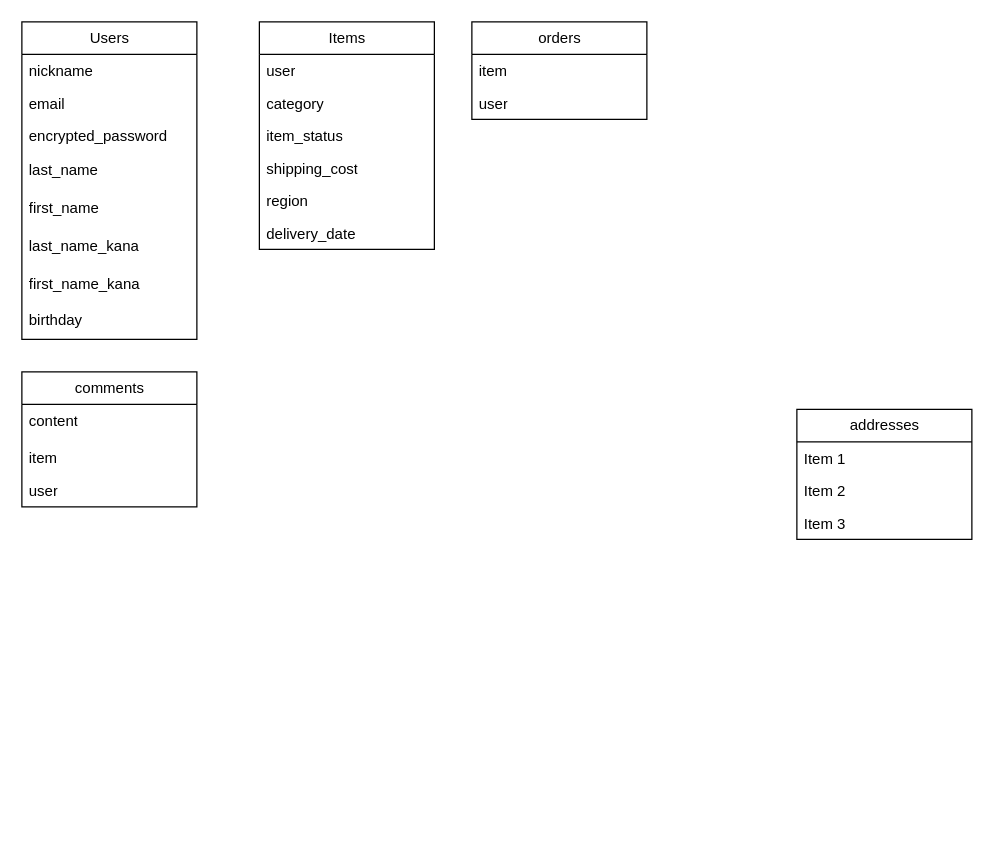
The draw.io diagram furima.dio in Zipangri2683/furima-38855, before the edit. Source tidied: cells renumbered, new cells numbered last; positions are measured from the earlier drawing's top-left corner, leaving out a move shared by most shapes. Both pictures are drawn from the tidied source at 125%, with x=0, y=0 at pixel (21, 21).
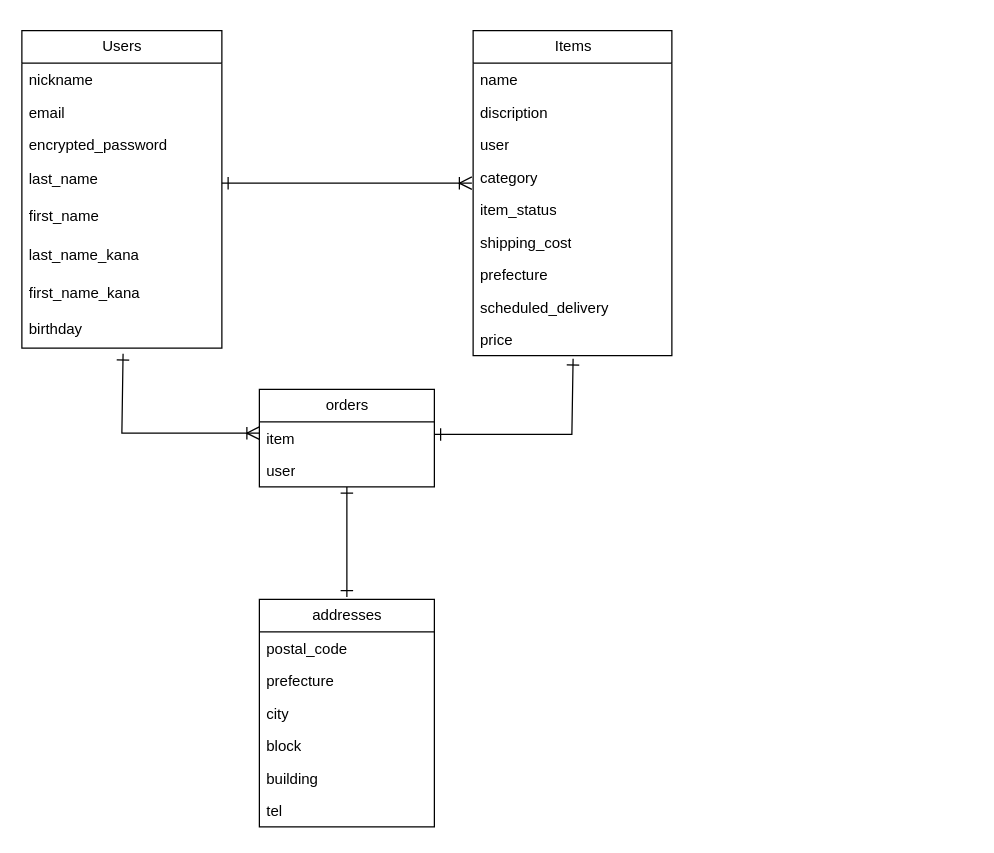
After the change.

Commit message (it also covers changes not shown here):
データベース設計

Diff of the diagram source:
```diff
@@
-    <mxCell id="2" value="Users" style="swimlane;fontStyle=0;horizontal=1;startSize=26;fillColor=none;html=1;" parent="1" vertex="1">
-      <mxGeometry width="140" height="254" as="geometry" />
+    <mxCell id="2" value="Users" style="swimlane;fontStyle=0;horizontal=1;startSize=26;fillColor=none;html=1;rounded=0;" parent="1" vertex="1">
+      <mxGeometry y="7" width="160" height="254" as="geometry" />
     </mxCell>
-    <mxCell id="3" value="nickname&lt;br&gt;&lt;br&gt;" style="text;strokeColor=none;fillColor=none;align=left;verticalAlign=top;spacingLeft=4;spacingRight=4;overflow=hidden;whiteSpace=wrap;html=1;" parent="2" vertex="1">
-      <mxGeometry y="26" width="140" height="26" as="geometry" />
+    <mxCell id="3" value="nickname&lt;br&gt;&lt;br&gt;" style="text;strokeColor=none;fillColor=none;align=left;verticalAlign=top;spacingLeft=4;spacingRight=4;overflow=hidden;whiteSpace=wrap;html=1;rounded=0;" parent="2" vertex="1">
+      <mxGeometry y="26" width="160" height="26" as="geometry" />
     </mxCell>
-    <mxCell id="4" value="email" style="text;strokeColor=none;fillColor=none;align=left;verticalAlign=top;spacingLeft=4;spacingRight=4;overflow=hidden;whiteSpace=wrap;html=1;" parent="2" vertex="1">
-      <mxGeometry y="52" width="140" height="26" as="geometry" />
+    <mxCell id="4" value="email" style="text;strokeColor=none;fillColor=none;align=left;verticalAlign=top;spacingLeft=4;spacingRight=4;overflow=hidden;whiteSpace=wrap;html=1;rounded=0;" parent="2" vertex="1">
+      <mxGeometry y="52" width="160" height="26" as="geometry" />
     </mxCell>
-    <mxCell id="5" value="encrypted_password" style="text;strokeColor=none;fillColor=none;align=left;verticalAlign=top;spacingLeft=4;spacingRight=4;overflow=hidden;whiteSpace=wrap;html=1;" parent="2" vertex="1">
-      <mxGeometry y="78" width="140" height="26" as="geometry" />
+    <mxCell id="5" value="encrypted_password" style="text;strokeColor=none;fillColor=none;align=left;verticalAlign=top;spacingLeft=4;spacingRight=4;overflow=hidden;whiteSpace=wrap;html=1;rounded=0;" parent="2" vertex="1">
+      <mxGeometry y="78" width="160" height="26" as="geometry" />
     </mxCell>
-    <mxCell id="6" value="last_name" style="text;strokeColor=none;fillColor=none;align=left;verticalAlign=middle;spacingLeft=4;spacingRight=4;overflow=hidden;whiteSpace=wrap;html=1;" parent="2" vertex="1">
-      <mxGeometry y="104" width="140" height="30" as="geometry" />
+    <mxCell id="6" value="last_name" style="text;strokeColor=none;fillColor=none;align=left;verticalAlign=middle;spacingLeft=4;spacingRight=4;overflow=hidden;whiteSpace=wrap;html=1;rounded=0;" parent="2" vertex="1">
+      <mxGeometry y="104" width="160" height="30" as="geometry" />
     </mxCell>
-    <mxCell id="7" value="first_name" style="text;strokeColor=none;fillColor=none;align=left;verticalAlign=middle;spacingLeft=4;spacingRight=4;overflow=hidden;whiteSpace=wrap;html=1;" parent="2" vertex="1">
-      <mxGeometry y="134" width="140" height="30" as="geometry" />
+    <mxCell id="7" value="first_name" style="text;strokeColor=none;fillColor=none;align=left;verticalAlign=middle;spacingLeft=4;spacingRight=4;overflow=hidden;whiteSpace=wrap;html=1;rounded=0;" parent="2" vertex="1">
+      <mxGeometry y="134" width="160" height="30" as="geometry" />
     </mxCell>
-    <mxCell id="8" value="&lt;font face=&quot;Helvetica&quot;&gt;&lt;span style=&quot;font-size: 12px;&quot;&gt;last_name_kana&lt;/span&gt;&lt;/font&gt;" style="text;strokeColor=none;fillColor=none;align=left;verticalAlign=middle;spacingLeft=4;spacingRight=4;overflow=hidden;whiteSpace=wrap;html=1;fontSize=16;sketch=1;hachureGap=4;jiggle=2;curveFitting=1;fontFamily=Architects Daughter;" parent="2" vertex="1">
-      <mxGeometry y="164" width="140" height="30" as="geometry" />
+    <mxCell id="8" value="&lt;font face=&quot;Helvetica&quot;&gt;&lt;span style=&quot;font-size: 12px;&quot;&gt;last_name_kana&lt;/span&gt;&lt;/font&gt;" style="text;strokeColor=none;fillColor=none;align=left;verticalAlign=middle;spacingLeft=4;spacingRight=4;overflow=hidden;whiteSpace=wrap;html=1;fontSize=16;hachureGap=4;fontFamily=Architects Daughter;rounded=0;" parent="2" vertex="1">
+      <mxGeometry y="164" width="160" height="30" as="geometry" />
     </mxCell>
-    <mxCell id="9" value="&lt;font face=&quot;Helvetica&quot; style=&quot;font-size: 12px;&quot;&gt;first_name_kana&lt;/font&gt;" style="text;strokeColor=none;fillColor=none;align=left;verticalAlign=middle;spacingLeft=4;spacingRight=4;overflow=hidden;whiteSpace=wrap;html=1;fontSize=16;sketch=1;hachureGap=4;jiggle=2;curveFitting=1;fontFamily=Architects Daughter;" parent="2" vertex="1">
-      <mxGeometry y="194" width="140" height="30" as="geometry" />
+    <mxCell id="9" value="&lt;font face=&quot;Helvetica&quot; style=&quot;font-size: 12px;&quot;&gt;first_name_kana&lt;/font&gt;" style="text;strokeColor=none;fillColor=none;align=left;verticalAlign=middle;spacingLeft=4;spacingRight=4;overflow=hidden;whiteSpace=wrap;html=1;fontSize=16;hachureGap=4;fontFamily=Architects Daughter;rounded=0;" parent="2" vertex="1">
+      <mxGeometry y="194" width="160" height="30" as="geometry" />
     </mxCell>
-    <mxCell id="10" value="birthday" style="text;strokeColor=none;fillColor=none;align=left;verticalAlign=middle;spacingLeft=4;spacingRight=4;overflow=hidden;points=[[0,0.5],[1,0.5]];portConstraint=eastwest;whiteSpace=wrap;html=1;" parent="2" vertex="1">
-      <mxGeometry y="224" width="140" height="30" as="geometry" />
+    <mxCell id="10" value="birthday" style="text;strokeColor=none;fillColor=none;align=left;verticalAlign=middle;spacingLeft=4;spacingRight=4;overflow=hidden;points=[[0,0.5],[1,0.5]];portConstraint=eastwest;whiteSpace=wrap;html=1;rounded=0;" parent="2" vertex="1">
+      <mxGeometry y="224" width="160" height="30" as="geometry" />
     </mxCell>
-    <mxCell id="11" value="Items" style="swimlane;fontStyle=0;horizontal=1;startSize=26;fillColor=none;html=1;" parent="1" vertex="1">
-      <mxGeometry x="190" width="140" height="182" as="geometry" />
+    <mxCell id="11" value="Items" style="swimlane;fontStyle=0;horizontal=1;startSize=26;fillColor=none;html=1;rounded=0;" parent="1" vertex="1">
+      <mxGeometry x="361" y="7" width="159" height="260" as="geometry" />
     </mxCell>
+    <mxCell id="29" value="name&lt;br&gt;" style="text;strokeColor=none;fillColor=none;align=left;verticalAlign=top;spacingLeft=4;spacingRight=4;overflow=hidden;whiteSpace=wrap;html=1;rounded=0;" parent="11" vertex="1">
+      <mxGeometry y="26" width="159" height="26" as="geometry" />
+    </mxCell>
+    <mxCell id="30" value="discription" style="text;strokeColor=none;fillColor=none;align=left;verticalAlign=top;spacingLeft=4;spacingRight=4;overflow=hidden;whiteSpace=wrap;html=1;rounded=0;" parent="11" vertex="1">
+      <mxGeometry y="52" width="159" height="26" as="geometry" />
+    </mxCell>
-    <mxCell id="12" value="user&lt;br&gt;&lt;br&gt;" style="text;strokeColor=none;fillColor=none;align=left;verticalAlign=top;spacingLeft=4;spacingRight=4;overflow=hidden;whiteSpace=wrap;html=1;" parent="11" vertex="1">
-      <mxGeometry y="26" width="140" height="26" as="geometry" />
+    <mxCell id="12" value="user&lt;br&gt;&lt;br&gt;" style="text;strokeColor=none;fillColor=none;align=left;verticalAlign=top;spacingLeft=4;spacingRight=4;overflow=hidden;whiteSpace=wrap;html=1;rounded=0;" parent="11" vertex="1">
+      <mxGeometry y="78" width="159" height="26" as="geometry" />
     </mxCell>
-    <mxCell id="13" value="category" style="text;strokeColor=none;fillColor=none;align=left;verticalAlign=top;spacingLeft=4;spacingRight=4;overflow=hidden;whiteSpace=wrap;html=1;" parent="11" vertex="1">
-      <mxGeometry y="52" width="140" height="26" as="geometry" />
+    <mxCell id="13" value="category" style="text;strokeColor=none;fillColor=none;align=left;verticalAlign=top;spacingLeft=4;spacingRight=4;overflow=hidden;whiteSpace=wrap;html=1;rounded=0;" parent="11" vertex="1">
+      <mxGeometry y="104" width="159" height="26" as="geometry" />
     </mxCell>
-    <mxCell id="14" value="item_status" style="text;strokeColor=none;fillColor=none;align=left;verticalAlign=top;spacingLeft=4;spacingRight=4;overflow=hidden;whiteSpace=wrap;html=1;" parent="11" vertex="1">
-      <mxGeometry y="78" width="140" height="26" as="geometry" />
+    <mxCell id="14" value="item_status" style="text;strokeColor=none;fillColor=none;align=left;verticalAlign=top;spacingLeft=4;spacingRight=4;overflow=hidden;whiteSpace=wrap;html=1;rounded=0;" parent="11" vertex="1">
+      <mxGeometry y="130" width="159" height="26" as="geometry" />
     </mxCell>
-    <mxCell id="15" value="shipping_cost" style="text;strokeColor=none;fillColor=none;align=left;verticalAlign=top;spacingLeft=4;spacingRight=4;overflow=hidden;whiteSpace=wrap;html=1;" parent="11" vertex="1">
-      <mxGeometry y="104" width="140" height="26" as="geometry" />
+    <mxCell id="15" value="shipping_cost" style="text;strokeColor=none;fillColor=none;align=left;verticalAlign=top;spacingLeft=4;spacingRight=4;overflow=hidden;whiteSpace=wrap;html=1;rounded=0;" parent="11" vertex="1">
+      <mxGeometry y="156" width="159" height="26" as="geometry" />
     </mxCell>
-    <mxCell id="16" value="region" style="text;strokeColor=none;fillColor=none;align=left;verticalAlign=top;spacingLeft=4;spacingRight=4;overflow=hidden;whiteSpace=wrap;html=1;" parent="11" vertex="1">
-      <mxGeometry y="130" width="140" height="26" as="geometry" />
+    <mxCell id="16" value="prefecture" style="text;strokeColor=none;fillColor=none;align=left;verticalAlign=top;spacingLeft=4;spacingRight=4;overflow=hidden;whiteSpace=wrap;html=1;rounded=0;" parent="11" vertex="1">
+      <mxGeometry y="182" width="159" height="26" as="geometry" />
     </mxCell>
-    <mxCell id="17" value="delivery_date" style="text;strokeColor=none;fillColor=none;align=left;verticalAlign=top;spacingLeft=4;spacingRight=4;overflow=hidden;whiteSpace=wrap;html=1;" parent="11" vertex="1">
-      <mxGeometry y="156" width="140" height="26" as="geometry" />
+    <mxCell id="17" value="scheduled_delivery" style="text;strokeColor=none;fillColor=none;align=left;verticalAlign=top;spacingLeft=4;spacingRight=4;overflow=hidden;whiteSpace=wrap;html=1;rounded=0;" parent="11" vertex="1">
+      <mxGeometry y="208" width="159" height="26" as="geometry" />
     </mxCell>
+    <mxCell id="31" value="price" style="text;strokeColor=none;fillColor=none;align=left;verticalAlign=top;spacingLeft=4;spacingRight=4;overflow=hidden;points=[[0,0.5],[1,0.5]];portConstraint=eastwest;whiteSpace=wrap;html=1;rounded=0;" parent="11" vertex="1">
+      <mxGeometry y="234" width="159" height="26" as="geometry" />
+    </mxCell>
+    <mxCell id="32" style="edgeStyle=none;jumpSize=0;html=1;strokeColor=default;strokeWidth=1;startArrow=ERone;startFill=0;endArrow=ERone;endFill=0;startSize=8;endSize=8;" parent="1" edge="1" source="18">
+      <mxGeometry relative="1" as="geometry">
+        <mxPoint x="260" y="460" as="targetPoint" />
+      </mxGeometry>
+    </mxCell>
-    <mxCell id="18" value="orders" style="swimlane;fontStyle=0;horizontal=1;startSize=26;fillColor=none;html=1;" parent="1" vertex="1">
-      <mxGeometry x="360" width="140" height="78" as="geometry" />
+    <mxCell id="18" value="orders" style="swimlane;fontStyle=0;horizontal=1;startSize=26;fillColor=none;html=1;rounded=0;" parent="1" vertex="1">
+      <mxGeometry x="190" y="294" width="140" height="78" as="geometry" />
     </mxCell>
-    <mxCell id="19" value="item" style="text;strokeColor=none;fillColor=none;align=left;verticalAlign=top;spacingLeft=4;spacingRight=4;overflow=hidden;whiteSpace=wrap;html=1;" parent="18" vertex="1">
+    <mxCell id="19" value="item" style="text;strokeColor=none;fillColor=none;align=left;verticalAlign=top;spacingLeft=4;spacingRight=4;overflow=hidden;whiteSpace=wrap;html=1;rounded=0;" parent="18" vertex="1">
       <mxGeometry y="26" width="140" height="26" as="geometry" />
     </mxCell>
-    <mxCell id="20" value="user" style="text;strokeColor=none;fillColor=none;align=left;verticalAlign=top;spacingLeft=4;spacingRight=4;overflow=hidden;whiteSpace=wrap;html=1;" parent="18" vertex="1">
+    <mxCell id="20" value="user" style="text;strokeColor=none;fillColor=none;align=left;verticalAlign=top;spacingLeft=4;spacingRight=4;overflow=hidden;whiteSpace=wrap;html=1;rounded=0;" parent="18" vertex="1">
       <mxGeometry y="52" width="140" height="26" as="geometry" />
     </mxCell>
-    <mxCell id="21" value="addresses" style="swimlane;fontStyle=0;horizontal=1;startSize=26;fillColor=none;html=1;" parent="1" vertex="1">
-      <mxGeometry x="620" y="310" width="140" height="104" as="geometry" />
+    <mxCell id="21" value="addresses" style="swimlane;fontStyle=0;horizontal=1;startSize=26;fillColor=none;html=1;rounded=0;" parent="1" vertex="1">
+      <mxGeometry x="190" y="462" width="140" height="182" as="geometry" />
     </mxCell>
-    <mxCell id="22" value="Item 1" style="text;strokeColor=none;fillColor=none;align=left;verticalAlign=top;spacingLeft=4;spacingRight=4;overflow=hidden;whiteSpace=wrap;html=1;" parent="21" vertex="1">
+    <mxCell id="22" value="postal_code" style="text;strokeColor=none;fillColor=none;align=left;verticalAlign=top;spacingLeft=4;spacingRight=4;overflow=hidden;whiteSpace=wrap;html=1;rounded=0;" parent="21" vertex="1">
       <mxGeometry y="26" width="140" height="26" as="geometry" />
     </mxCell>
-    <mxCell id="23" value="Item 2" style="text;strokeColor=none;fillColor=none;align=left;verticalAlign=top;spacingLeft=4;spacingRight=4;overflow=hidden;whiteSpace=wrap;html=1;" parent="21" vertex="1">
+    <mxCell id="23" value="prefecture" style="text;strokeColor=none;fillColor=none;align=left;verticalAlign=top;spacingLeft=4;spacingRight=4;overflow=hidden;whiteSpace=wrap;html=1;rounded=0;" parent="21" vertex="1">
       <mxGeometry y="52" width="140" height="26" as="geometry" />
     </mxCell>
-    <mxCell id="24" value="Item 3" style="text;strokeColor=none;fillColor=none;align=left;verticalAlign=top;spacingLeft=4;spacingRight=4;overflow=hidden;whiteSpace=wrap;html=1;" parent="21" vertex="1">
+    <mxCell id="24" value="city" style="text;strokeColor=none;fillColor=none;align=left;verticalAlign=top;spacingLeft=4;spacingRight=4;overflow=hidden;whiteSpace=wrap;html=1;rounded=0;" parent="21" vertex="1">
       <mxGeometry y="78" width="140" height="26" as="geometry" />
     </mxCell>
-    <mxCell id="25" value="comments" style="swimlane;fontStyle=0;horizontal=1;startSize=26;fillColor=none;html=1;" parent="1" vertex="1">
-      <mxGeometry y="280" width="140" height="108" as="geometry" />
-    </mxCell>
-    <mxCell id="26" value="content" style="text;strokeColor=none;fillColor=none;align=left;verticalAlign=top;spacingLeft=4;spacingRight=4;overflow=hidden;whiteSpace=wrap;html=1;" parent="25" vertex="1">
-      <mxGeometry y="26" width="140" height="26" as="geometry" />
-    </mxCell>
-    <mxCell id="27" value="&lt;font style=&quot;font-size: 12px;&quot;&gt;item&lt;/font&gt;" style="text;strokeColor=none;fillColor=none;align=left;verticalAlign=middle;spacingLeft=4;spacingRight=4;overflow=hidden;whiteSpace=wrap;html=1;fontSize=16;sketch=1;hachureGap=4;jiggle=2;curveFitting=1;fontFamily=Helvetica;" parent="25" vertex="1">
-      <mxGeometry y="52" width="140" height="30" as="geometry" />
-    </mxCell>
-    <mxCell id="28" value="user" style="text;strokeColor=none;fillColor=none;align=left;verticalAlign=top;spacingLeft=4;spacingRight=4;overflow=hidden;whiteSpace=wrap;html=1;" parent="25" vertex="1">
-      <mxGeometry y="82" width="140" height="26" as="geometry" />
-    </mxCell>
+    <mxCell id="33" value="block" style="text;strokeColor=none;fillColor=none;align=left;verticalAlign=top;spacingLeft=4;spacingRight=4;overflow=hidden;whiteSpace=wrap;html=1;rounded=0;" parent="21" vertex="1">
+      <mxGeometry y="104" width="140" height="26" as="geometry" />
+    </mxCell>
+    <mxCell id="34" value="building" style="text;strokeColor=none;fillColor=none;align=left;verticalAlign=top;spacingLeft=4;spacingRight=4;overflow=hidden;whiteSpace=wrap;html=1;rounded=0;" parent="21" vertex="1">
+      <mxGeometry y="130" width="140" height="26" as="geometry" />
+    </mxCell>
+    <mxCell id="35" value="tel" style="text;strokeColor=none;fillColor=none;align=left;verticalAlign=top;spacingLeft=4;spacingRight=4;overflow=hidden;whiteSpace=wrap;html=1;rounded=0;" parent="21" vertex="1">
+      <mxGeometry y="156" width="140" height="26" as="geometry" />
+    </mxCell>
+    <mxCell id="36" style="edgeStyle=elbowEdgeStyle;elbow=horizontal;endArrow=classic;html=1;curved=0;rounded=0;endSize=8;startSize=8;strokeWidth=8;jumpSize=0;strokeColor=none;" parent="1" edge="1">
+      <mxGeometry relative="1" as="geometry">
+        <mxPoint x="240" y="320" as="sourcePoint" />
+        <mxPoint x="350" y="420" as="targetPoint" />
+      </mxGeometry>
+    </mxCell>
+    <mxCell id="37" style="edgeStyle=elbowEdgeStyle;elbow=horizontal;endArrow=ERoneToMany;html=1;curved=0;rounded=0;endSize=8;startSize=8;strokeColor=none;strokeWidth=8;jumpSize=0;startArrow=ERone;startFill=0;endFill=0;" parent="1" edge="1">
+      <mxGeometry relative="1" as="geometry">
+        <mxPoint x="240" y="480" as="sourcePoint" />
+        <mxPoint x="290" y="430" as="targetPoint" />
+      </mxGeometry>
+    </mxCell>
+    <mxCell id="38" style="edgeStyle=segmentEdgeStyle;endArrow=ERoneToMany;html=1;curved=0;rounded=0;endSize=8;startSize=8;strokeColor=default;strokeWidth=1;jumpSize=0;endFill=0;startArrow=ERone;startFill=0;exitX=0.506;exitY=1.15;exitDx=0;exitDy=0;exitPerimeter=0;" parent="1" edge="1" source="10">
+      <mxGeometry relative="1" as="geometry">
+        <mxPoint x="190" y="329" as="targetPoint" />
+        <Array as="points">
+          <mxPoint x="80" y="329" />
+        </Array>
+      </mxGeometry>
+    </mxCell>
+    <mxCell id="39" style="edgeStyle=none;jumpSize=0;html=1;strokeColor=default;strokeWidth=1;startArrow=ERone;startFill=0;endArrow=ERoneToMany;endFill=0;startSize=8;endSize=8;" parent="1" edge="1">
+      <mxGeometry relative="1" as="geometry">
+        <mxPoint x="160" y="129" as="sourcePoint" />
+        <mxPoint x="360" y="129" as="targetPoint" />
+      </mxGeometry>
+    </mxCell>
+    <mxCell id="40" style="edgeStyle=segmentEdgeStyle;endArrow=ERone;html=1;curved=0;rounded=0;endSize=8;startSize=8;strokeColor=default;strokeWidth=1;jumpSize=0;startArrow=ERone;startFill=0;endFill=0;exitX=0.503;exitY=1.096;exitDx=0;exitDy=0;exitPerimeter=0;" parent="1" edge="1" source="31">
+      <mxGeometry relative="1" as="geometry">
+        <mxPoint x="330" y="330" as="targetPoint" />
+        <Array as="points">
+          <mxPoint x="440" y="330" />
+        </Array>
+      </mxGeometry>
+    </mxCell>
```
